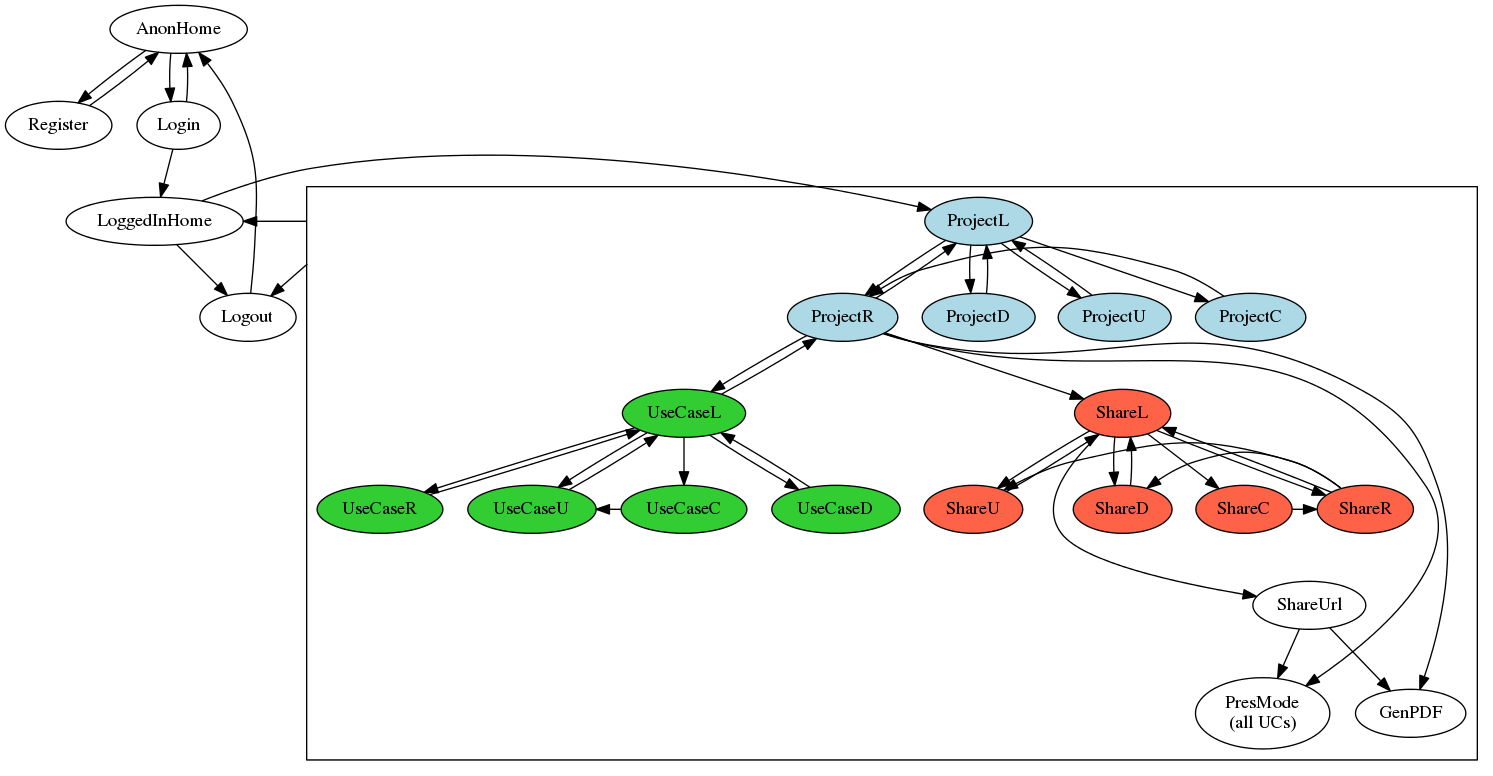
Before: Design/functionality.gv.png, a diagram exported from Graphviz (shipreq/shipreq). Its source is kept beside it as Design/functionality.gv.
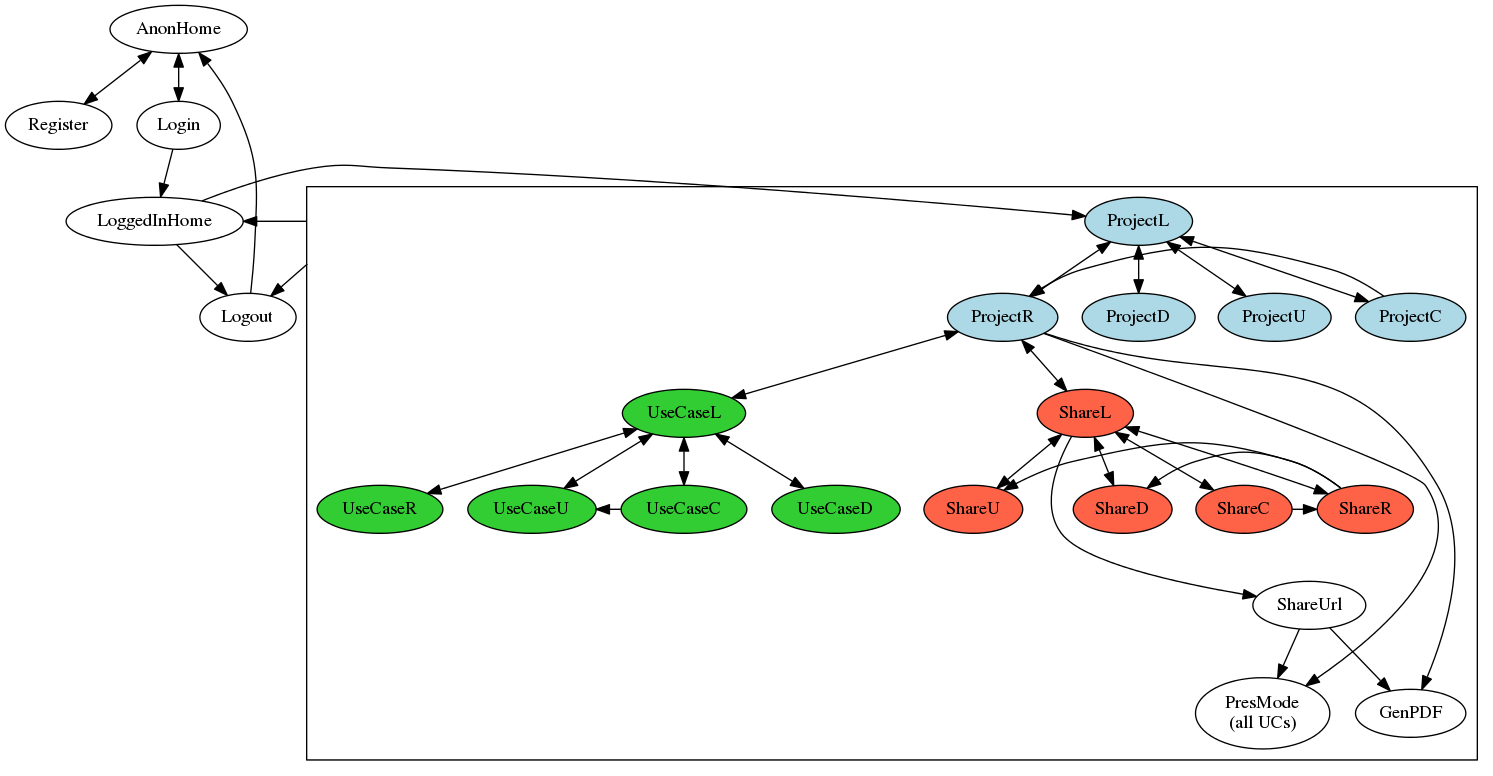
The same file after the commit.

Diff of the diagram source:
```diff
@@ -1,8 +1,7 @@
 digraph G {
   compound=true
 
-  AnonHome -> {Register; Login}
-  {Register; Login} -> AnonHome
+  AnonHome -> {Register; Login} [dir=both]
 
   Login -> LoggedInHome
   Logout -> AnonHome
@@ -11,27 +10,20 @@
   subgraph clusterLoggedIn {
     X [style=invis]
 
-    {node[style=filled fillcolor=lightblue] ProjectL; ProjectU; ProjectC; ProjectD; ProjectR}
-    {node[style=filled fillcolor=limegreen] UseCaseL; UseCaseU; UseCaseC; UseCaseD; UseCaseR}
-    {node[style=filled fillcolor=tomato] ShareL; ShareU; ShareC; ShareD; ShareR}
+    {node[style=filled fillcolor=lightblue] ProjectL; {rank=same; ProjectU; ProjectC; ProjectD; ProjectR}}
+    {node[style=filled fillcolor=limegreen] UseCaseL; {rank=same; UseCaseU; UseCaseC; UseCaseD; UseCaseR}}
+    {node[style=filled fillcolor=tomato] ShareL; {rank=same; ShareU; ShareC; ShareD; ShareR}}
 
-    ProjectL -> {rank=same; ProjectU; ProjectC; ProjectD; ProjectR}
+    ProjectL -> {ProjectC; ProjectR; ProjectU; ProjectD} [dir=both]
+    ProjectC -> ProjectR
 
-    {ProjectU;ProjectD} -> ProjectL
-    ProjectC -> ProjectR
-    ProjectR -> ProjectL
-
-    ProjectR -> UseCaseL -> {rank=same; UseCaseU; UseCaseC; UseCaseD; UseCaseR}
-    {UseCaseU;UseCaseD} -> UseCaseL
+    ProjectR -> UseCaseL -> {UseCaseC; UseCaseR; UseCaseU; UseCaseD} [dir=both]
     UseCaseC -> UseCaseU
-
-    UseCaseR -> UseCaseL -> ProjectR
 
     ProjectR -> PresMode
     PresMode [label="PresMode\n(all UCs)"]
 
-    ProjectR -> ShareL -> {rank=same; ShareU; ShareC; ShareD; ShareR}
-    {ShareU; ShareD; ShareR} -> ShareL
+    ProjectR -> ShareL -> {ShareC; ShareR; ShareU; ShareD} [dir=both]
     ShareC -> ShareR -> {ShareU; ShareD}
     ShareL -> ShareUrl -> PresMode
     ShareR -> ShareUrl [style=invis]
```
